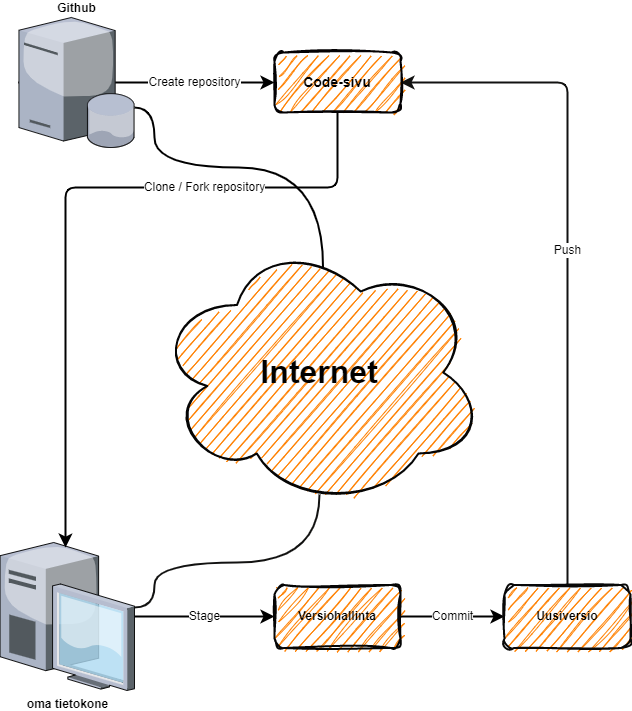
This is docs/pictures/versiohallinta.png from MariaRantanen/Aloitus, a draw.io export, as it was before one commit. Source tidied: cells renumbered, new cells last; positions are measured from the earlier drawing's top-left corner, leaving out a move shared by most shapes. Its diagram source:
```xml
<mxGraphModel>
  <root>
    <mxCell id="0" />
    <mxCell id="1" parent="0" />
    <mxCell id="2" style="edgeStyle=orthogonalEdgeStyle;curved=1;jettySize=auto;html=1;strokeWidth=2;fontSize=14;endSize=8;endArrow=none;endFill=0;" parent="1" edge="1" target="4">
      <mxGeometry relative="1" as="geometry">
        <mxPoint x="322.6" y="250" as="sourcePoint" />
        <Array as="points">
          <mxPoint x="323" y="150" />
          <mxPoint x="154" y="150" />
          <mxPoint x="154" y="90" />
        </Array>
      </mxGeometry>
    </mxCell>
    <mxCell id="3" value="Create repository" style="edgeStyle=orthogonalEdgeStyle;rounded=1;jettySize=auto;html=1;fontSize=12;entryX=0;entryY=0.5;entryDx=0;entryDy=0;strokeWidth=2;endSize=8;" parent="1" edge="1" target="12">
      <mxGeometry x="0.4" relative="1" as="geometry">
        <mxPoint x="24" y="65" as="sourcePoint" />
        <Array as="points">
          <mxPoint x="16" y="65" />
        </Array>
      </mxGeometry>
    </mxCell>
    <mxCell id="4" value="Github" style="verticalLabelPosition=top;sketch=0;html=1;verticalAlign=bottom;align=center;outlineConnect=0;shape=mxgraph.citrix.database_server;fontSize=12;fontStyle=1;labelPosition=center;" parent="1" vertex="1">
      <mxGeometry x="18.4" width="115.6" height="130" as="geometry" />
    </mxCell>
    <mxCell id="5" value="Stage" style="edgeStyle=orthogonalEdgeStyle;rounded=0;jettySize=auto;html=1;entryX=0;entryY=0.5;entryDx=0;entryDy=0;fontSize=12;strokeWidth=2;endSize=8;" parent="1" edge="1" source="6" target="8">
      <mxGeometry relative="1" as="geometry" />
    </mxCell>
    <mxCell id="6" value="oma tietokone" style="verticalLabelPosition=bottom;sketch=0;html=1;verticalAlign=top;strokeColor=none;align=center;outlineConnect=0;shape=mxgraph.citrix.desktop;fontSize=12;fillColor=#eb1414;fontStyle=1;" parent="1" vertex="1">
      <mxGeometry x="-0.4" y="525" width="134.4" height="148" as="geometry" />
    </mxCell>
    <mxCell id="7" value="Commit" style="edgeStyle=orthogonalEdgeStyle;rounded=1;jettySize=auto;html=1;entryX=0;entryY=0.5;entryDx=0;entryDy=0;fontSize=12;strokeWidth=2;endSize=8;" parent="1" edge="1" source="8" target="10">
      <mxGeometry relative="1" as="geometry" />
    </mxCell>
    <mxCell id="8" value="&lt;b&gt;Versiohallinta&lt;/b&gt;" style="rounded=1;whiteSpace=wrap;html=1;fontSize=12;strokeColor=#050505;strokeWidth=2;sketch=1;curveFitting=1;jiggle=2;fillColor=#FF8000;" parent="1" vertex="1">
      <mxGeometry x="274" y="567.5" width="126" height="63" as="geometry" />
    </mxCell>
    <mxCell id="9" value="Push" style="edgeStyle=orthogonalEdgeStyle;jettySize=auto;html=1;entryX=1;entryY=0.5;entryDx=0;entryDy=0;fontSize=12;strokeWidth=2;rounded=1;endSize=8;shadow=0;strokeColor=#121211;" parent="1" edge="1" source="10" target="12">
      <mxGeometry relative="1" as="geometry">
        <Array as="points">
          <mxPoint x="567" y="65" />
        </Array>
      </mxGeometry>
    </mxCell>
    <mxCell id="10" value="&lt;b&gt;Uusiversio&lt;/b&gt;" style="rounded=1;whiteSpace=wrap;html=1;fontSize=12;strokeWidth=2;strokeColor=#080808;sketch=1;curveFitting=1;jiggle=2;fillColor=#FF8000;" parent="1" vertex="1">
      <mxGeometry x="504" y="567.5" width="126" height="63" as="geometry" />
    </mxCell>
    <mxCell id="11" value="Clone / Fork repository" style="edgeStyle=orthogonalEdgeStyle;jettySize=auto;html=1;entryX=0.487;entryY=0.034;entryDx=0;entryDy=0;entryPerimeter=0;fontSize=12;strokeWidth=2;rounded=1;endSize=8;" parent="1" edge="1" source="12" target="6">
      <mxGeometry x="-0.41" relative="1" as="geometry">
        <Array as="points">
          <mxPoint x="337" y="170" />
          <mxPoint x="65" y="170" />
        </Array>
      </mxGeometry>
    </mxCell>
    <mxCell id="12" value="&lt;b&gt;&lt;font style=&quot;font-size: 14px;&quot;&gt;Code-sivu&lt;/font&gt;&lt;/b&gt;" style="rounded=1;whiteSpace=wrap;html=1;fontSize=12;strokeWidth=2;strokeColor=#030103;fillColor=#FF8000;glass=0;shadow=0;sketch=1;curveFitting=1;jiggle=2;" parent="1" vertex="1">
      <mxGeometry x="274" y="35" width="126" height="60" as="geometry" />
    </mxCell>
    <mxCell id="13" style="edgeStyle=orthogonalEdgeStyle;curved=1;jettySize=auto;html=1;shadow=0;strokeColor=#121211;strokeWidth=2;fontSize=32;endSize=8;exitX=0.5;exitY=0.952;exitDx=0;exitDy=0;exitPerimeter=0;endArrow=none;endFill=0;" parent="1" edge="1" source="14" target="6">
      <mxGeometry relative="1" as="geometry">
        <Array as="points">
          <mxPoint x="319" y="545" />
          <mxPoint x="154" y="545" />
          <mxPoint x="154" y="590" />
        </Array>
      </mxGeometry>
    </mxCell>
    <mxCell id="14" value="&lt;b&gt;&lt;font style=&quot;font-size: 32px;&quot;&gt;Internet&lt;/font&gt;&lt;/b&gt;" style="ellipse;shape=cloud;whiteSpace=wrap;html=1;rounded=1;shadow=0;glass=0;sketch=1;fillStyle=auto;strokeColor=#050505;strokeWidth=2;fontSize=14;fillColor=#FF8000;gradientColor=none;" parent="1" vertex="1">
      <mxGeometry x="154" y="220" width="330" height="270" as="geometry" />
    </mxCell>
  </root>
</mxGraphModel>
```
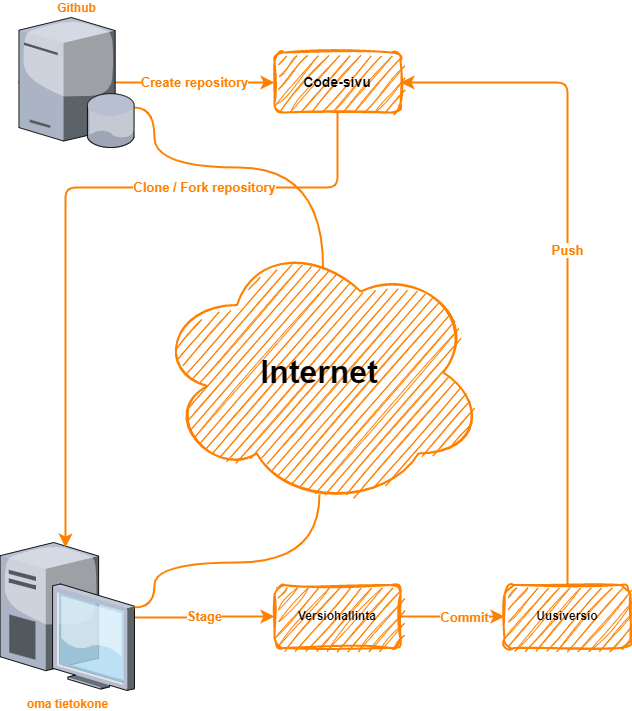
After the commit.

Change to the diagram source:
```diff
@@ -2,7 +2,7 @@
   <root>
     <mxCell id="0" />
     <mxCell id="1" parent="0" />
-    <mxCell id="2" style="edgeStyle=orthogonalEdgeStyle;curved=1;jettySize=auto;html=1;strokeWidth=2;fontSize=14;endSize=8;endArrow=none;endFill=0;" parent="1" edge="1" target="4">
+    <mxCell id="2" style="edgeStyle=orthogonalEdgeStyle;curved=1;jettySize=auto;html=1;strokeWidth=2;fontSize=14;endSize=8;endArrow=none;endFill=0;strokeColor=#FF8000;" parent="1" edge="1" target="4">
       <mxGeometry relative="1" as="geometry">
         <mxPoint x="322.6" y="250" as="sourcePoint" />
         <Array as="points">
@@ -12,7 +12,7 @@
         </Array>
       </mxGeometry>
     </mxCell>
-    <mxCell id="3" value="Create repository" style="edgeStyle=orthogonalEdgeStyle;rounded=1;jettySize=auto;html=1;fontSize=12;entryX=0;entryY=0.5;entryDx=0;entryDy=0;strokeWidth=2;endSize=8;" parent="1" edge="1" target="12">
+    <mxCell id="3" value="&lt;font color=&quot;#ff8000&quot; style=&quot;font-size: 13px;&quot;&gt;&lt;b style=&quot;&quot;&gt;Create repository&lt;/b&gt;&lt;/font&gt;" style="edgeStyle=orthogonalEdgeStyle;rounded=1;jettySize=auto;html=1;fontSize=12;entryX=0;entryY=0.5;entryDx=0;entryDy=0;strokeWidth=2;endSize=8;strokeColor=#FF8000;" parent="1" edge="1" target="12">
       <mxGeometry x="0.4" relative="1" as="geometry">
         <mxPoint x="24" y="65" as="sourcePoint" />
         <Array as="points">
@@ -20,32 +20,36 @@
         </Array>
       </mxGeometry>
     </mxCell>
-    <mxCell id="4" value="Github" style="verticalLabelPosition=top;sketch=0;html=1;verticalAlign=bottom;align=center;outlineConnect=0;shape=mxgraph.citrix.database_server;fontSize=12;fontStyle=1;labelPosition=center;" parent="1" vertex="1">
+    <mxCell id="4" value="&lt;font color=&quot;#ff8000&quot;&gt;Github&lt;/font&gt;" style="verticalLabelPosition=top;sketch=0;html=1;verticalAlign=bottom;align=center;outlineConnect=0;shape=mxgraph.citrix.database_server;fontSize=12;fontStyle=1;labelPosition=center;" parent="1" vertex="1">
       <mxGeometry x="18.4" width="115.6" height="130" as="geometry" />
     </mxCell>
-    <mxCell id="5" value="Stage" style="edgeStyle=orthogonalEdgeStyle;rounded=0;jettySize=auto;html=1;entryX=0;entryY=0.5;entryDx=0;entryDy=0;fontSize=12;strokeWidth=2;endSize=8;" parent="1" edge="1" source="6" target="8">
-      <mxGeometry relative="1" as="geometry" />
+    <mxCell id="5" value="&lt;font color=&quot;#ff8000&quot; style=&quot;font-size: 13px;&quot;&gt;&lt;b style=&quot;&quot;&gt;Stage&lt;/b&gt;&lt;/font&gt;" style="edgeStyle=orthogonalEdgeStyle;rounded=0;jettySize=auto;html=1;entryX=0;entryY=0.5;entryDx=0;entryDy=0;fontSize=12;strokeWidth=2;endSize=8;strokeColor=#FF8000;" parent="1" edge="1" source="6" target="8">
+      <mxGeometry relative="1" as="geometry">
+        <Array as="points">
+          <mxPoint x="204" y="600" />
+        </Array>
+      </mxGeometry>
     </mxCell>
-    <mxCell id="6" value="oma tietokone" style="verticalLabelPosition=bottom;sketch=0;html=1;verticalAlign=top;strokeColor=none;align=center;outlineConnect=0;shape=mxgraph.citrix.desktop;fontSize=12;fillColor=#eb1414;fontStyle=1;" parent="1" vertex="1">
+    <mxCell id="6" value="&lt;font color=&quot;#ff8000&quot;&gt;oma tietokone&lt;/font&gt;" style="verticalLabelPosition=bottom;sketch=0;html=1;verticalAlign=top;strokeColor=none;align=center;outlineConnect=0;shape=mxgraph.citrix.desktop;fontSize=12;fillColor=#eb1414;fontStyle=1;" parent="1" vertex="1">
       <mxGeometry x="-0.4" y="525" width="134.4" height="148" as="geometry" />
     </mxCell>
-    <mxCell id="7" value="Commit" style="edgeStyle=orthogonalEdgeStyle;rounded=1;jettySize=auto;html=1;entryX=0;entryY=0.5;entryDx=0;entryDy=0;fontSize=12;strokeWidth=2;endSize=8;" parent="1" edge="1" source="8" target="10">
-      <mxGeometry relative="1" as="geometry" />
+    <mxCell id="7" value="&lt;font color=&quot;#ff8000&quot; style=&quot;font-size: 13px;&quot;&gt;&lt;b style=&quot;&quot;&gt;Commit&lt;/b&gt;&lt;/font&gt;" style="edgeStyle=orthogonalEdgeStyle;rounded=1;jettySize=auto;html=1;entryX=0;entryY=0.5;entryDx=0;entryDy=0;fontSize=12;strokeWidth=2;endSize=8;strokeColor=#FF8000;" parent="1" edge="1" source="8" target="10">
+      <mxGeometry x="0.23" y="-1" relative="1" as="geometry" />
     </mxCell>
-    <mxCell id="8" value="&lt;b&gt;Versiohallinta&lt;/b&gt;" style="rounded=1;whiteSpace=wrap;html=1;fontSize=12;strokeColor=#050505;strokeWidth=2;sketch=1;curveFitting=1;jiggle=2;fillColor=#FF8000;" parent="1" vertex="1">
+    <mxCell id="8" value="&lt;b&gt;Versiohallinta&lt;/b&gt;" style="rounded=1;whiteSpace=wrap;html=1;fontSize=12;strokeColor=#FF8000;strokeWidth=2;sketch=1;curveFitting=1;jiggle=2;fillColor=#FF8000;" parent="1" vertex="1">
       <mxGeometry x="274" y="567.5" width="126" height="63" as="geometry" />
     </mxCell>
-    <mxCell id="9" value="Push" style="edgeStyle=orthogonalEdgeStyle;jettySize=auto;html=1;entryX=1;entryY=0.5;entryDx=0;entryDy=0;fontSize=12;strokeWidth=2;rounded=1;endSize=8;shadow=0;strokeColor=#121211;" parent="1" edge="1" source="10" target="12">
+    <mxCell id="9" value="&lt;font color=&quot;#ff8000&quot; style=&quot;font-size: 13px;&quot;&gt;&lt;b style=&quot;&quot;&gt;Push&lt;/b&gt;&lt;/font&gt;" style="edgeStyle=orthogonalEdgeStyle;jettySize=auto;html=1;entryX=1;entryY=0.5;entryDx=0;entryDy=0;fontSize=12;strokeWidth=2;rounded=1;endSize=8;shadow=0;strokeColor=#FF8000;" parent="1" edge="1" source="10" target="12">
       <mxGeometry relative="1" as="geometry">
         <Array as="points">
           <mxPoint x="567" y="65" />
         </Array>
       </mxGeometry>
     </mxCell>
-    <mxCell id="10" value="&lt;b&gt;Uusiversio&lt;/b&gt;" style="rounded=1;whiteSpace=wrap;html=1;fontSize=12;strokeWidth=2;strokeColor=#080808;sketch=1;curveFitting=1;jiggle=2;fillColor=#FF8000;" parent="1" vertex="1">
+    <mxCell id="10" value="&lt;b&gt;Uusiversio&lt;/b&gt;" style="rounded=1;whiteSpace=wrap;html=1;fontSize=12;strokeWidth=2;strokeColor=#FF8000;sketch=1;curveFitting=1;jiggle=2;fillColor=#FF8000;" parent="1" vertex="1">
       <mxGeometry x="504" y="567.5" width="126" height="63" as="geometry" />
     </mxCell>
-    <mxCell id="11" value="Clone / Fork repository" style="edgeStyle=orthogonalEdgeStyle;jettySize=auto;html=1;entryX=0.487;entryY=0.034;entryDx=0;entryDy=0;entryPerimeter=0;fontSize=12;strokeWidth=2;rounded=1;endSize=8;" parent="1" edge="1" source="12" target="6">
+    <mxCell id="11" value="&lt;font color=&quot;#ff8000&quot; style=&quot;font-size: 13px;&quot;&gt;&lt;b style=&quot;&quot;&gt;Clone / Fork repository&lt;/b&gt;&lt;/font&gt;" style="edgeStyle=orthogonalEdgeStyle;jettySize=auto;html=1;entryX=0.487;entryY=0.034;entryDx=0;entryDy=0;entryPerimeter=0;fontSize=12;strokeWidth=2;rounded=1;endSize=8;strokeColor=#FF8000;" parent="1" edge="1" source="12" target="6">
       <mxGeometry x="-0.41" relative="1" as="geometry">
         <Array as="points">
           <mxPoint x="337" y="170" />
@@ -53,10 +57,10 @@
         </Array>
       </mxGeometry>
     </mxCell>
-    <mxCell id="12" value="&lt;b&gt;&lt;font style=&quot;font-size: 14px;&quot;&gt;Code-sivu&lt;/font&gt;&lt;/b&gt;" style="rounded=1;whiteSpace=wrap;html=1;fontSize=12;strokeWidth=2;strokeColor=#030103;fillColor=#FF8000;glass=0;shadow=0;sketch=1;curveFitting=1;jiggle=2;" parent="1" vertex="1">
+    <mxCell id="12" value="&lt;b&gt;&lt;font style=&quot;font-size: 14px;&quot;&gt;Code-sivu&lt;/font&gt;&lt;/b&gt;" style="rounded=1;whiteSpace=wrap;html=1;fontSize=12;strokeWidth=2;strokeColor=#FF8000;fillColor=#FF8000;glass=0;shadow=0;sketch=1;curveFitting=1;jiggle=2;" parent="1" vertex="1">
       <mxGeometry x="274" y="35" width="126" height="60" as="geometry" />
     </mxCell>
-    <mxCell id="13" style="edgeStyle=orthogonalEdgeStyle;curved=1;jettySize=auto;html=1;shadow=0;strokeColor=#121211;strokeWidth=2;fontSize=32;endSize=8;exitX=0.5;exitY=0.952;exitDx=0;exitDy=0;exitPerimeter=0;endArrow=none;endFill=0;" parent="1" edge="1" source="14" target="6">
+    <mxCell id="13" style="edgeStyle=orthogonalEdgeStyle;curved=1;jettySize=auto;html=1;shadow=0;strokeColor=#FF8000;strokeWidth=2;fontSize=32;endSize=8;exitX=0.5;exitY=0.952;exitDx=0;exitDy=0;exitPerimeter=0;endArrow=none;endFill=0;" parent="1" edge="1" source="14" target="6">
       <mxGeometry relative="1" as="geometry">
         <Array as="points">
           <mxPoint x="319" y="545" />
@@ -65,7 +69,7 @@
         </Array>
       </mxGeometry>
     </mxCell>
-    <mxCell id="14" value="&lt;b&gt;&lt;font style=&quot;font-size: 32px;&quot;&gt;Internet&lt;/font&gt;&lt;/b&gt;" style="ellipse;shape=cloud;whiteSpace=wrap;html=1;rounded=1;shadow=0;glass=0;sketch=1;fillStyle=auto;strokeColor=#050505;strokeWidth=2;fontSize=14;fillColor=#FF8000;gradientColor=none;" parent="1" vertex="1">
+    <mxCell id="14" value="&lt;b&gt;&lt;font style=&quot;font-size: 32px;&quot;&gt;Internet&lt;/font&gt;&lt;/b&gt;" style="ellipse;shape=cloud;whiteSpace=wrap;html=1;rounded=1;shadow=0;glass=0;sketch=1;fillStyle=auto;strokeColor=#FF8000;strokeWidth=2;fontSize=14;fillColor=#FF8000;gradientColor=none;" parent="1" vertex="1">
       <mxGeometry x="154" y="220" width="330" height="270" as="geometry" />
     </mxCell>
   </root>
```
